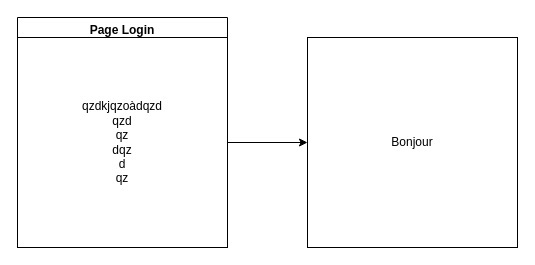
Above: Diagramme sans nom.drawio in HipppB/safeHub (draw.io), before the change. Source tidied: cells renumbered, new cells numbered last; positions are measured from the earlier drawing's top-left corner, leaving out a move shared by most shapes. Both pictures are drawn from the tidied source at 100%, with x=0, y=0 at pixel (17, 17).
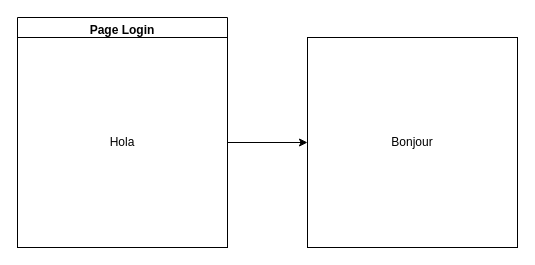
The same page after the edit.

Commit message:
Mettre à jour Diagramme sans nom.drawio

What changed in the source:
```diff
@@
 <mxGraphModel>
   <root>
     <mxCell id="0" />
     <mxCell id="1" parent="0" />
     <mxCell id="2" value="Page Login" style="swimlane;" parent="1" vertex="1">
       <mxGeometry width="210" height="230" as="geometry" />
     </mxCell>
-    <mxCell id="3" value="qzdkjqzoàdqzd&lt;br&gt;qzd&lt;br&gt;qz&lt;br&gt;dqz&lt;br&gt;d&lt;br&gt;qz" style="whiteSpace=wrap;html=1;" parent="2" vertex="1">
+    <mxCell id="3" value="Hola" style="whiteSpace=wrap;html=1;" parent="2" vertex="1">
       <mxGeometry y="20" width="210" height="210" as="geometry" />
     </mxCell>
     <mxCell id="4" value="Bonjour" style="whiteSpace=wrap;html=1;" parent="1" vertex="1">
       <mxGeometry x="290" y="20" width="210" height="210" as="geometry" />
     </mxCell>
     <mxCell id="5" style="edgeStyle=orthogonalEdgeStyle;rounded=0;jettySize=auto;html=1;" parent="1" edge="1" source="3" target="4">
       <mxGeometry relative="1" as="geometry" />
     </mxCell>
   </root>
 </mxGraphModel>
```
